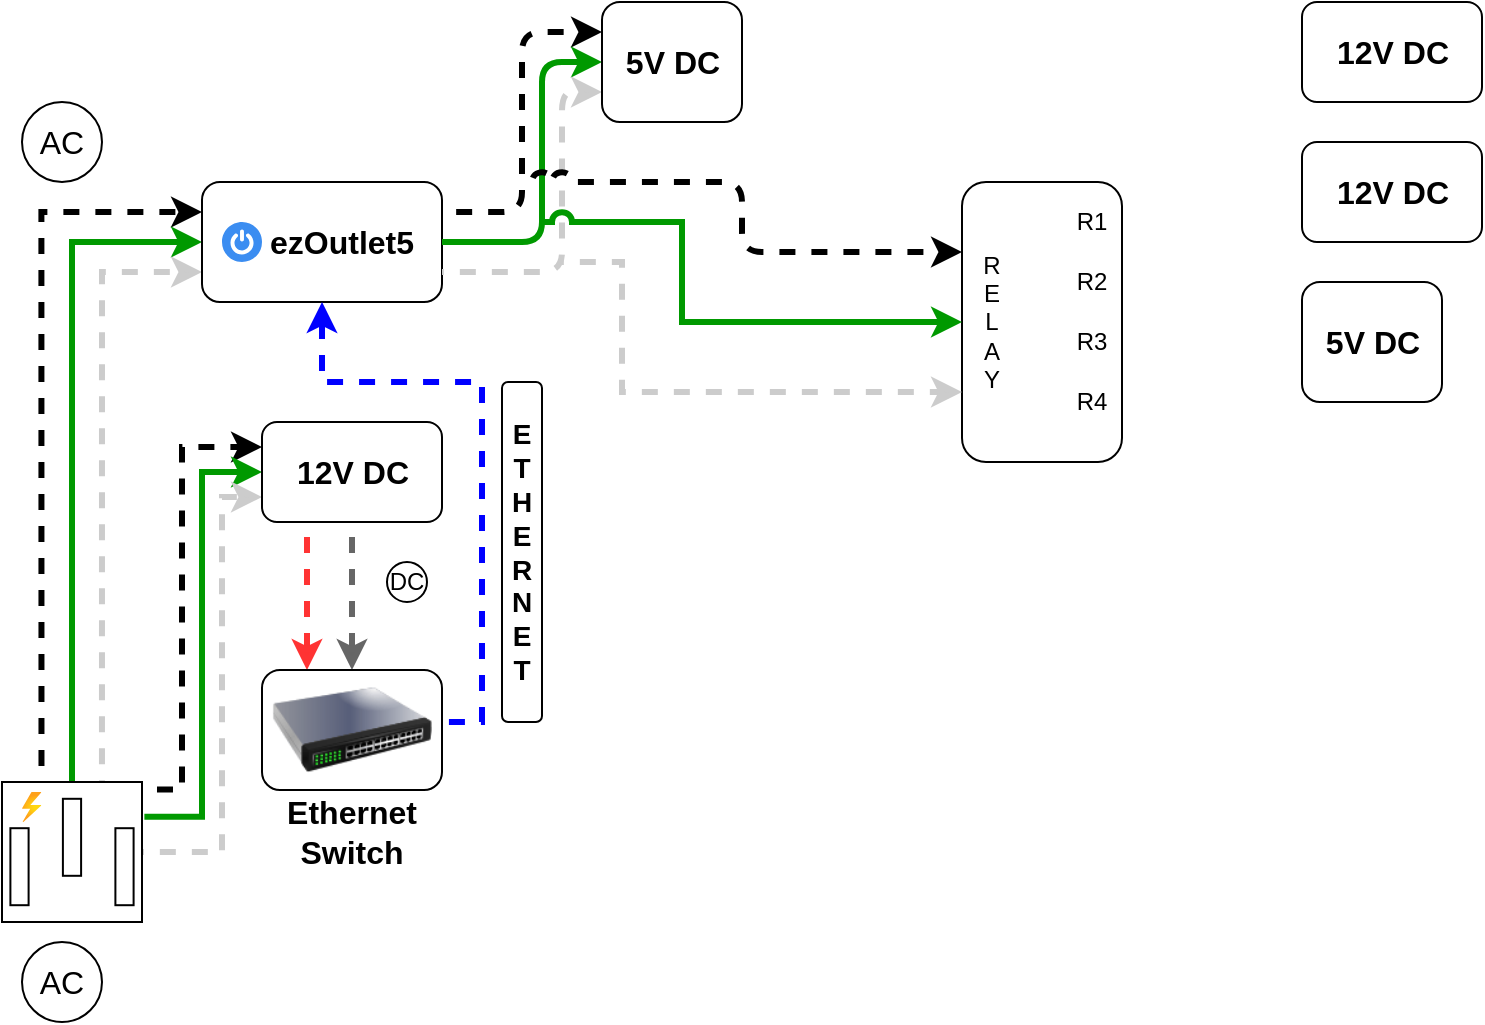
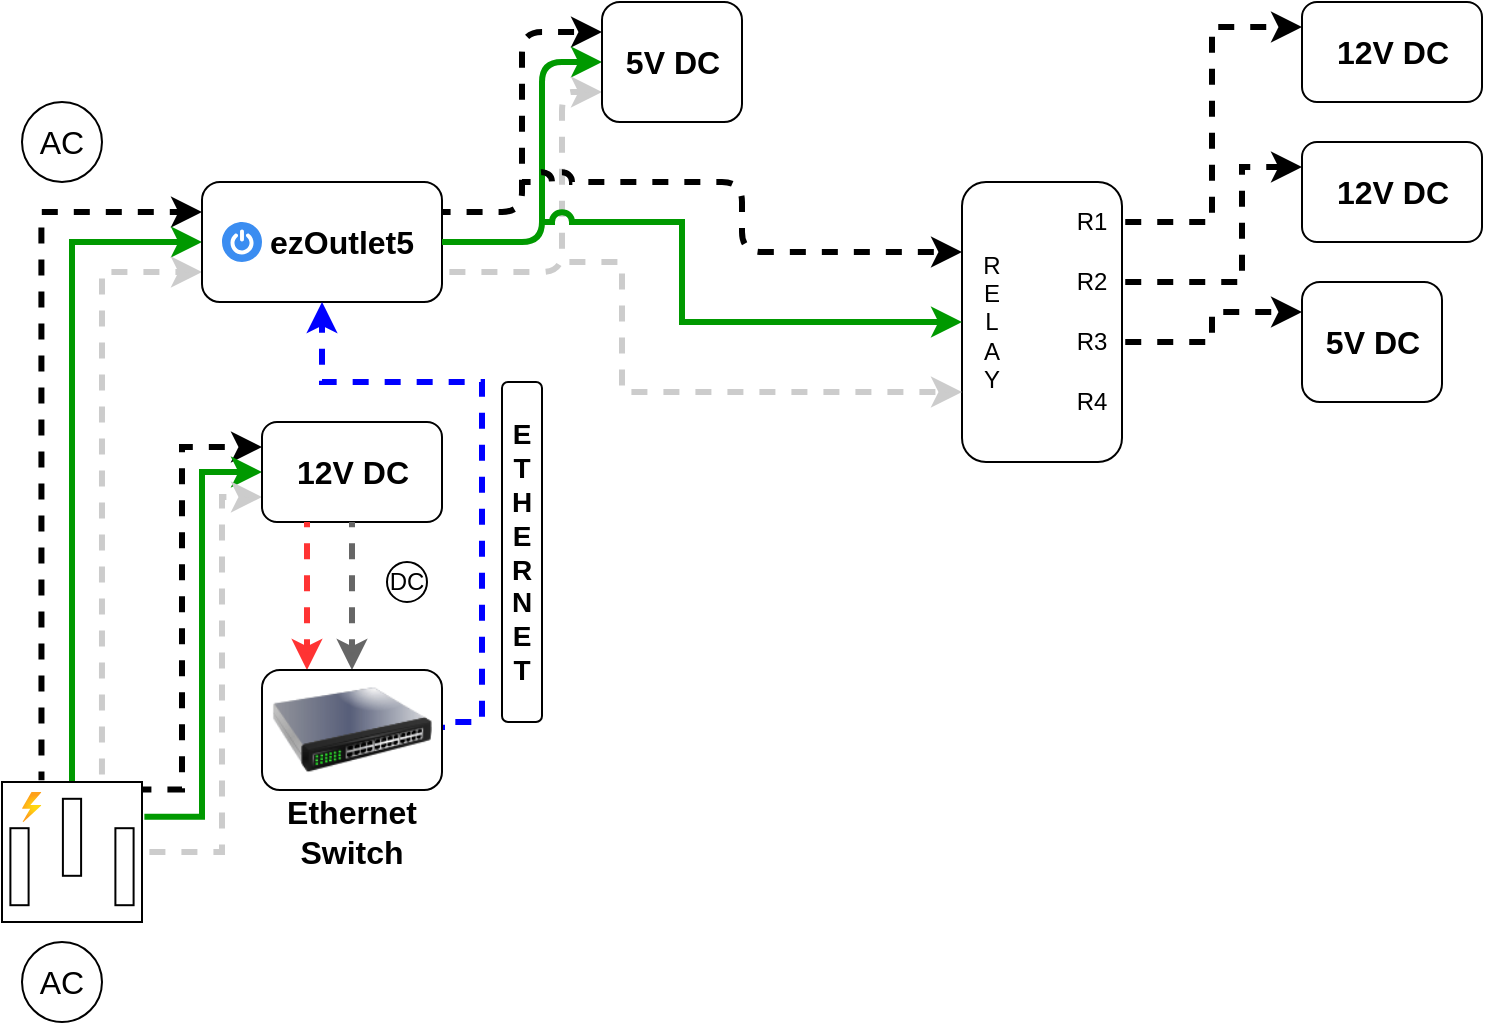
<mxfile host="app.diagrams.net" agent="Mozilla/5.0 (Windows NT 10.0; Win64; x64) AppleWebKit/537.36 (KHTML, like Gecko) Chrome/131.0.0.0 Safari/537.36 Edg/131.0.0.0" version="25.0.3">
  <diagram name="Page-1" id="VlRkN-xOVygPYa-iD9Ir">
-     <mxGraphModel dx="1050" dy="658" grid="1" gridSize="10" guides="1" tooltips="1" connect="1" arrows="1" fold="1" page="1" pageScale="1" pageWidth="1169" pageHeight="827" background="none" math="0" shadow="0">
+     <mxGraphModel dx="350" dy="219" grid="1" gridSize="10" guides="1" tooltips="1" connect="1" arrows="1" fold="1" page="1" pageScale="1" pageWidth="1169" pageHeight="827" background="none" math="0" shadow="0">
      <root>
        <mxCell id="0" />
        <mxCell id="1" parent="0" />
        <mxCell id="JVLtuT8sySUBbFbLTn6r-3" style="edgeStyle=orthogonalEdgeStyle;rounded=0;orthogonalLoop=1;jettySize=auto;html=1;entryX=0;entryY=0.25;entryDx=0;entryDy=0;exitX=0.282;exitY=-0.013;exitDx=0;exitDy=0;exitPerimeter=0;strokeWidth=3;flowAnimation=1;flowAnimationDirection=alternate;flowAnimationTimingFunction=ease-in-out;" edge="1" parent="1" source="pD8juBFKP1GN8B8eYQTb-1" target="pD8juBFKP1GN8B8eYQTb-3">
          <mxGeometry relative="1" as="geometry" />
        </mxCell>
        <mxCell id="JVLtuT8sySUBbFbLTn6r-4" style="edgeStyle=orthogonalEdgeStyle;rounded=0;orthogonalLoop=1;jettySize=auto;html=1;exitX=0.5;exitY=0;exitDx=0;exitDy=0;exitPerimeter=0;entryX=0;entryY=0.5;entryDx=0;entryDy=0;strokeColor=#009900;strokeWidth=3;" edge="1" parent="1" source="pD8juBFKP1GN8B8eYQTb-1" target="pD8juBFKP1GN8B8eYQTb-3">
          <mxGeometry relative="1" as="geometry" />
        </mxCell>
        <mxCell id="JVLtuT8sySUBbFbLTn6r-5" style="edgeStyle=orthogonalEdgeStyle;rounded=0;orthogonalLoop=1;jettySize=auto;html=1;entryX=0;entryY=0.75;entryDx=0;entryDy=0;exitX=0.714;exitY=0;exitDx=0;exitDy=0;exitPerimeter=0;strokeWidth=3;strokeColor=#CCCCCC;flowAnimation=1;flowAnimationDirection=alternate-reverse;flowAnimationTimingFunction=ease-in-out;" edge="1" parent="1" source="pD8juBFKP1GN8B8eYQTb-1" target="pD8juBFKP1GN8B8eYQTb-3">
          <mxGeometry relative="1" as="geometry">
            <mxPoint x="120" y="320" as="targetPoint" />
          </mxGeometry>
        </mxCell>
        <mxCell id="JVLtuT8sySUBbFbLTn6r-6" style="edgeStyle=orthogonalEdgeStyle;rounded=0;orthogonalLoop=1;jettySize=auto;html=1;entryX=0;entryY=0.25;entryDx=0;entryDy=0;exitX=1.006;exitY=0.054;exitDx=0;exitDy=0;exitPerimeter=0;strokeWidth=3;flowAnimation=1;flowAnimationDirection=alternate;flowAnimationTimingFunction=ease-in-out;" edge="1" parent="1" source="pD8juBFKP1GN8B8eYQTb-1" target="pD8juBFKP1GN8B8eYQTb-24">
          <mxGeometry relative="1" as="geometry">
            <Array as="points">
              <mxPoint x="120" y="404" />
              <mxPoint x="120" y="233" />
            </Array>
          </mxGeometry>
        </mxCell>
        <mxCell id="JVLtuT8sySUBbFbLTn6r-7" style="edgeStyle=orthogonalEdgeStyle;rounded=0;orthogonalLoop=1;jettySize=auto;html=1;entryX=0;entryY=0.5;entryDx=0;entryDy=0;exitX=1.017;exitY=0.249;exitDx=0;exitDy=0;exitPerimeter=0;strokeWidth=3;strokeColor=#009900;" edge="1" parent="1" source="pD8juBFKP1GN8B8eYQTb-1" target="pD8juBFKP1GN8B8eYQTb-24">
          <mxGeometry relative="1" as="geometry" />
        </mxCell>
        <mxCell id="JVLtuT8sySUBbFbLTn6r-8" style="edgeStyle=orthogonalEdgeStyle;rounded=0;orthogonalLoop=1;jettySize=auto;html=1;entryX=0;entryY=0.75;entryDx=0;entryDy=0;strokeColor=#CCCCCC;strokeWidth=3;flowAnimation=1;flowAnimationDirection=alternate-reverse;flowAnimationTimingFunction=ease-in-out;" edge="1" parent="1" source="pD8juBFKP1GN8B8eYQTb-1" target="pD8juBFKP1GN8B8eYQTb-24">
          <mxGeometry relative="1" as="geometry">
            <Array as="points">
              <mxPoint x="140" y="435" />
              <mxPoint x="140" y="258" />
            </Array>
          </mxGeometry>
        </mxCell>
        <mxCell id="JVLtuT8sySUBbFbLTn6r-1" value="" style="group" vertex="1" connectable="0" parent="1">
          <mxGeometry x="30" y="480" width="60" height="40" as="geometry" />
        </mxCell>
        <mxCell id="pD8juBFKP1GN8B8eYQTb-22" value="AC" style="text;html=1;align=center;verticalAlign=middle;whiteSpace=wrap;rounded=0;fontSize=16;" parent="JVLtuT8sySUBbFbLTn6r-1" vertex="1">
          <mxGeometry y="5" width="60" height="30" as="geometry" />
        </mxCell>
        <mxCell id="pD8juBFKP1GN8B8eYQTb-23" value="" style="ellipse;whiteSpace=wrap;html=1;fillColor=none;" parent="JVLtuT8sySUBbFbLTn6r-1" vertex="1">
          <mxGeometry x="10" width="40" height="40" as="geometry" />
        </mxCell>
        <mxCell id="JVLtuT8sySUBbFbLTn6r-2" value="" style="group" vertex="1" connectable="0" parent="1">
          <mxGeometry x="30" y="60" width="60" height="40" as="geometry" />
        </mxCell>
        <mxCell id="pD8juBFKP1GN8B8eYQTb-9" value="" style="ellipse;whiteSpace=wrap;html=1;fillColor=none;" parent="JVLtuT8sySUBbFbLTn6r-2" vertex="1">
          <mxGeometry x="10" width="40" height="40" as="geometry" />
        </mxCell>
        <mxCell id="pD8juBFKP1GN8B8eYQTb-11" value="AC" style="text;html=1;align=center;verticalAlign=middle;whiteSpace=wrap;rounded=0;fontSize=16;" parent="JVLtuT8sySUBbFbLTn6r-2" vertex="1">
          <mxGeometry y="5" width="60" height="30" as="geometry" />
        </mxCell>
        <mxCell id="JVLtuT8sySUBbFbLTn6r-9" value="" style="group" vertex="1" connectable="0" parent="1">
          <mxGeometry x="130" y="100" width="120" height="60" as="geometry" />
        </mxCell>
        <mxCell id="JVLtuT8sySUBbFbLTn6r-16" value="" style="group" vertex="1" connectable="0" parent="JVLtuT8sySUBbFbLTn6r-9">
          <mxGeometry width="120" height="60" as="geometry" />
        </mxCell>
        <mxCell id="pD8juBFKP1GN8B8eYQTb-3" value="" style="rounded=1;whiteSpace=wrap;html=1;" parent="JVLtuT8sySUBbFbLTn6r-16" vertex="1">
          <mxGeometry width="120" height="60" as="geometry" />
        </mxCell>
        <mxCell id="JVLtuT8sySUBbFbLTn6r-13" value="" style="sketch=0;html=1;aspect=fixed;strokeColor=none;shadow=0;fillColor=#3B8DF1;verticalAlign=top;labelPosition=center;verticalLabelPosition=bottom;shape=mxgraph.gcp2.a7_power" vertex="1" parent="JVLtuT8sySUBbFbLTn6r-16">
          <mxGeometry x="10" y="20" width="20" height="20" as="geometry" />
        </mxCell>
        <mxCell id="pD8juBFKP1GN8B8eYQTb-15" value="&lt;b&gt;ezOutlet5&lt;/b&gt;" style="text;html=1;align=center;verticalAlign=middle;whiteSpace=wrap;rounded=0;fontSize=16;" parent="JVLtuT8sySUBbFbLTn6r-16" vertex="1">
          <mxGeometry x="40" y="10" width="60" height="40" as="geometry" />
        </mxCell>
        <mxCell id="JVLtuT8sySUBbFbLTn6r-11" value="" style="group" vertex="1" connectable="0" parent="1">
          <mxGeometry x="160" y="220" width="90" height="50" as="geometry" />
        </mxCell>
        <mxCell id="JVLtuT8sySUBbFbLTn6r-72" value="" style="group" vertex="1" connectable="0" parent="JVLtuT8sySUBbFbLTn6r-11">
          <mxGeometry width="90" height="50" as="geometry" />
        </mxCell>
        <mxCell id="pD8juBFKP1GN8B8eYQTb-24" value="" style="rounded=1;whiteSpace=wrap;html=1;" parent="JVLtuT8sySUBbFbLTn6r-72" vertex="1">
          <mxGeometry width="90" height="50" as="geometry" />
        </mxCell>
        <mxCell id="JVLtuT8sySUBbFbLTn6r-10" value="&lt;font style=&quot;font-size: 16px;&quot;&gt;&lt;b&gt;12V DC&lt;/b&gt;&lt;/font&gt;" style="text;html=1;align=center;verticalAlign=middle;whiteSpace=wrap;rounded=0;" vertex="1" parent="JVLtuT8sySUBbFbLTn6r-72">
          <mxGeometry x="15.75" y="10" width="58.5" height="30" as="geometry" />
        </mxCell>
        <mxCell id="JVLtuT8sySUBbFbLTn6r-18" value="" style="group" vertex="1" connectable="0" parent="1">
          <mxGeometry x="30" y="400" width="70" height="70" as="geometry" />
        </mxCell>
        <mxCell id="pD8juBFKP1GN8B8eYQTb-1" value="" style="pointerEvents=1;verticalLabelPosition=bottom;shadow=0;dashed=0;align=center;html=1;verticalAlign=top;shape=mxgraph.electrical.miscellaneous.ac_out" parent="JVLtuT8sySUBbFbLTn6r-18" vertex="1">
          <mxGeometry width="70" height="70" as="geometry" />
        </mxCell>
        <mxCell id="JVLtuT8sySUBbFbLTn6r-12" value="" style="image;aspect=fixed;html=1;points=[];align=center;fontSize=12;image=img/lib/azure2/general/Power.svg;" vertex="1" parent="JVLtuT8sySUBbFbLTn6r-18">
          <mxGeometry x="10" y="5" width="9.72" height="15" as="geometry" />
        </mxCell>
        <mxCell id="JVLtuT8sySUBbFbLTn6r-23" style="edgeStyle=orthogonalEdgeStyle;rounded=0;orthogonalLoop=1;jettySize=auto;html=1;entryX=0.25;entryY=0;entryDx=0;entryDy=0;exitX=0.25;exitY=1;exitDx=0;exitDy=0;strokeColor=#FF3333;strokeWidth=3;flowAnimation=1;" edge="1" parent="1" source="pD8juBFKP1GN8B8eYQTb-24" target="JVLtuT8sySUBbFbLTn6r-19">
          <mxGeometry relative="1" as="geometry" />
        </mxCell>
        <mxCell id="JVLtuT8sySUBbFbLTn6r-28" value="" style="group" vertex="1" connectable="0" parent="1">
          <mxGeometry x="220" y="290" width="25" height="20" as="geometry" />
        </mxCell>
        <mxCell id="JVLtuT8sySUBbFbLTn6r-26" value="" style="ellipse;whiteSpace=wrap;html=1;aspect=fixed;" vertex="1" parent="JVLtuT8sySUBbFbLTn6r-28">
          <mxGeometry x="2.5" width="20" height="20" as="geometry" />
        </mxCell>
        <mxCell id="JVLtuT8sySUBbFbLTn6r-27" value="&lt;font&gt;DC&lt;/font&gt;" style="text;html=1;align=center;verticalAlign=middle;whiteSpace=wrap;rounded=0;" vertex="1" parent="JVLtuT8sySUBbFbLTn6r-28">
          <mxGeometry y="2.5" width="25" height="15" as="geometry" />
        </mxCell>
        <mxCell id="JVLtuT8sySUBbFbLTn6r-29" style="edgeStyle=orthogonalEdgeStyle;rounded=0;orthogonalLoop=1;jettySize=auto;html=1;exitX=0.5;exitY=1;exitDx=0;exitDy=0;entryX=0.5;entryY=0;entryDx=0;entryDy=0;strokeWidth=3;flowAnimation=1;strokeColor=#666666;" edge="1" parent="1" source="pD8juBFKP1GN8B8eYQTb-24" target="JVLtuT8sySUBbFbLTn6r-19">
          <mxGeometry relative="1" as="geometry" />
        </mxCell>
        <mxCell id="JVLtuT8sySUBbFbLTn6r-30" style="edgeStyle=orthogonalEdgeStyle;rounded=0;orthogonalLoop=1;jettySize=auto;html=1;exitX=1;exitY=0.5;exitDx=0;exitDy=0;entryX=0.5;entryY=1;entryDx=0;entryDy=0;strokeColor=#0000FF;strokeWidth=3;flowAnimation=1;" edge="1" parent="1" source="JVLtuT8sySUBbFbLTn6r-19" target="pD8juBFKP1GN8B8eYQTb-3">
          <mxGeometry relative="1" as="geometry">
            <Array as="points">
              <mxPoint x="270" y="370" />
              <mxPoint x="270" y="200" />
              <mxPoint x="190" y="200" />
            </Array>
          </mxGeometry>
        </mxCell>
        <mxCell id="JVLtuT8sySUBbFbLTn6r-31" value="" style="rounded=1;whiteSpace=wrap;html=1;" vertex="1" parent="1">
          <mxGeometry x="280" y="200" width="20" height="170" as="geometry" />
        </mxCell>
        <mxCell id="JVLtuT8sySUBbFbLTn6r-32" value="&lt;b&gt;&lt;font style=&quot;font-size: 14px;&quot;&gt;E&lt;/font&gt;&lt;/b&gt;&lt;div&gt;&lt;b&gt;&lt;font style=&quot;font-size: 14px;&quot;&gt;T&lt;/font&gt;&lt;/b&gt;&lt;/div&gt;&lt;div&gt;&lt;b&gt;&lt;font style=&quot;font-size: 14px;&quot;&gt;H&lt;/font&gt;&lt;/b&gt;&lt;/div&gt;&lt;div&gt;&lt;b&gt;&lt;font style=&quot;font-size: 14px;&quot;&gt;E&lt;/font&gt;&lt;/b&gt;&lt;/div&gt;&lt;div&gt;&lt;b&gt;&lt;font style=&quot;font-size: 14px;&quot;&gt;R&lt;/font&gt;&lt;/b&gt;&lt;/div&gt;&lt;div&gt;&lt;b&gt;&lt;font style=&quot;font-size: 14px;&quot;&gt;N&lt;/font&gt;&lt;/b&gt;&lt;/div&gt;&lt;div&gt;&lt;b&gt;&lt;font style=&quot;font-size: 14px;&quot;&gt;E&lt;/font&gt;&lt;/b&gt;&lt;/div&gt;&lt;div&gt;&lt;b&gt;&lt;font style=&quot;font-size: 14px;&quot;&gt;T&lt;/font&gt;&lt;/b&gt;&lt;/div&gt;" style="text;html=1;align=center;verticalAlign=middle;whiteSpace=wrap;rounded=0;" vertex="1" parent="1">
          <mxGeometry x="275" y="180" width="30" height="210" as="geometry" />
        </mxCell>
        <mxCell id="JVLtuT8sySUBbFbLTn6r-33" value="" style="rounded=1;whiteSpace=wrap;html=1;" vertex="1" parent="1">
          <mxGeometry x="510" y="100" width="80" height="140" as="geometry" />
        </mxCell>
        <mxCell id="JVLtuT8sySUBbFbLTn6r-35" style="edgeStyle=orthogonalEdgeStyle;rounded=1;orthogonalLoop=1;jettySize=auto;html=1;exitX=1;exitY=0.25;exitDx=0;exitDy=0;entryX=0;entryY=0.25;entryDx=0;entryDy=0;curved=0;strokeWidth=3;flowAnimation=1;flowAnimationDirection=alternate;flowAnimationTimingFunction=ease-in-out;" edge="1" parent="1" source="pD8juBFKP1GN8B8eYQTb-3" target="JVLtuT8sySUBbFbLTn6r-34">
          <mxGeometry relative="1" as="geometry" />
        </mxCell>
        <mxCell id="JVLtuT8sySUBbFbLTn6r-36" style="edgeStyle=orthogonalEdgeStyle;rounded=1;orthogonalLoop=1;jettySize=auto;html=1;exitX=1;exitY=0.5;exitDx=0;exitDy=0;entryX=0;entryY=0.5;entryDx=0;entryDy=0;curved=0;strokeWidth=3;strokeColor=#009900;" edge="1" parent="1" source="pD8juBFKP1GN8B8eYQTb-3" target="JVLtuT8sySUBbFbLTn6r-34">
          <mxGeometry relative="1" as="geometry">
            <Array as="points">
              <mxPoint x="300" y="130" />
              <mxPoint x="300" y="40" />
            </Array>
          </mxGeometry>
        </mxCell>
        <mxCell id="JVLtuT8sySUBbFbLTn6r-37" style="edgeStyle=orthogonalEdgeStyle;rounded=1;orthogonalLoop=1;jettySize=auto;html=1;exitX=1;exitY=0.75;exitDx=0;exitDy=0;entryX=0;entryY=0.75;entryDx=0;entryDy=0;curved=0;strokeColor=#CCCCCC;strokeWidth=3;flowAnimation=1;flowAnimationDirection=alternate-reverse;flowAnimationTimingFunction=ease-in-out;" edge="1" parent="1" source="pD8juBFKP1GN8B8eYQTb-3" target="JVLtuT8sySUBbFbLTn6r-34">
          <mxGeometry relative="1" as="geometry">
            <Array as="points">
              <mxPoint x="310" y="145" />
              <mxPoint x="310" y="55" />
            </Array>
          </mxGeometry>
        </mxCell>
        <mxCell id="JVLtuT8sySUBbFbLTn6r-40" value="" style="endArrow=classic;html=1;rounded=1;curved=0;entryX=0;entryY=0.25;entryDx=0;entryDy=0;jumpStyle=arc;strokeWidth=3;flowAnimation=1;flowAnimationDirection=alternate;flowAnimationTimingFunction=ease-in-out;" edge="1" parent="1" target="JVLtuT8sySUBbFbLTn6r-33">
          <mxGeometry width="50" height="50" relative="1" as="geometry">
            <mxPoint x="290" y="100" as="sourcePoint" />
            <mxPoint x="410" y="170" as="targetPoint" />
            <Array as="points">
              <mxPoint x="400" y="100" />
              <mxPoint x="400" y="135" />
            </Array>
          </mxGeometry>
        </mxCell>
        <mxCell id="JVLtuT8sySUBbFbLTn6r-51" value="" style="group" vertex="1" connectable="0" parent="1">
          <mxGeometry x="160" y="344" width="90" height="96" as="geometry" />
        </mxCell>
        <mxCell id="JVLtuT8sySUBbFbLTn6r-21" value="" style="group" vertex="1" connectable="0" parent="JVLtuT8sySUBbFbLTn6r-51">
          <mxGeometry width="90" height="70" as="geometry" />
        </mxCell>
        <mxCell id="JVLtuT8sySUBbFbLTn6r-50" value="" style="group" vertex="1" connectable="0" parent="JVLtuT8sySUBbFbLTn6r-21">
          <mxGeometry width="90" height="70" as="geometry" />
        </mxCell>
        <mxCell id="JVLtuT8sySUBbFbLTn6r-19" value="" style="rounded=1;whiteSpace=wrap;html=1;" vertex="1" parent="JVLtuT8sySUBbFbLTn6r-50">
          <mxGeometry width="90" height="60" as="geometry" />
        </mxCell>
        <mxCell id="JVLtuT8sySUBbFbLTn6r-49" value="" style="image;html=1;image=img/lib/clip_art/networking/Switch_128x128.png" vertex="1" parent="JVLtuT8sySUBbFbLTn6r-50">
          <mxGeometry x="5" y="-10" width="80" height="80" as="geometry" />
        </mxCell>
        <mxCell id="JVLtuT8sySUBbFbLTn6r-20" value="&lt;b&gt;&lt;font style=&quot;font-size: 16px;&quot;&gt;Ethernet&lt;/font&gt;&lt;/b&gt;&lt;div&gt;&lt;b&gt;&lt;font style=&quot;font-size: 16px;&quot;&gt;Switch&lt;/font&gt;&lt;/b&gt;&lt;/div&gt;" style="text;html=1;align=center;verticalAlign=middle;whiteSpace=wrap;rounded=0;" vertex="1" parent="JVLtuT8sySUBbFbLTn6r-51">
          <mxGeometry x="15" y="66" width="60" height="30" as="geometry" />
        </mxCell>
        <mxCell id="JVLtuT8sySUBbFbLTn6r-53" value="" style="group" vertex="1" connectable="0" parent="1">
          <mxGeometry x="330" y="10" width="70" height="60" as="geometry" />
        </mxCell>
        <mxCell id="JVLtuT8sySUBbFbLTn6r-71" value="" style="group" vertex="1" connectable="0" parent="JVLtuT8sySUBbFbLTn6r-53">
          <mxGeometry width="70" height="60" as="geometry" />
        </mxCell>
        <mxCell id="JVLtuT8sySUBbFbLTn6r-34" value="" style="rounded=1;whiteSpace=wrap;html=1;" vertex="1" parent="JVLtuT8sySUBbFbLTn6r-71">
          <mxGeometry width="70" height="60" as="geometry" />
        </mxCell>
        <mxCell id="JVLtuT8sySUBbFbLTn6r-52" value="&lt;font style=&quot;font-size: 16px;&quot;&gt;&lt;b&gt;5&lt;/b&gt;&lt;/font&gt;&lt;b style=&quot;font-size: 16px; background-color: initial;&quot;&gt;V DC&lt;/b&gt;" style="text;html=1;align=center;verticalAlign=middle;whiteSpace=wrap;rounded=0;" vertex="1" parent="JVLtuT8sySUBbFbLTn6r-71">
          <mxGeometry x="5.75" y="15" width="58.5" height="30" as="geometry" />
        </mxCell>
        <mxCell id="JVLtuT8sySUBbFbLTn6r-54" value="" style="endArrow=classic;html=1;rounded=0;entryX=0;entryY=0.5;entryDx=0;entryDy=0;jumpStyle=arc;strokeColor=#009900;strokeWidth=3;" edge="1" parent="1" target="JVLtuT8sySUBbFbLTn6r-33">
          <mxGeometry width="50" height="50" relative="1" as="geometry">
            <mxPoint x="300" y="120" as="sourcePoint" />
            <mxPoint x="350" y="80" as="targetPoint" />
            <Array as="points">
              <mxPoint x="370" y="120" />
              <mxPoint x="370" y="170" />
            </Array>
          </mxGeometry>
        </mxCell>
        <mxCell id="JVLtuT8sySUBbFbLTn6r-55" value="" style="endArrow=classic;html=1;rounded=0;entryX=0;entryY=0.75;entryDx=0;entryDy=0;strokeColor=#CCCCCC;strokeWidth=3;jumpStyle=arc;flowAnimation=1;flowAnimationDirection=alternate-reverse;flowAnimationTimingFunction=ease-in-out;" edge="1" parent="1" target="JVLtuT8sySUBbFbLTn6r-33">
          <mxGeometry width="50" height="50" relative="1" as="geometry">
            <mxPoint x="310" y="140" as="sourcePoint" />
            <mxPoint x="350" y="140" as="targetPoint" />
            <Array as="points">
              <mxPoint x="340" y="140" />
              <mxPoint x="340" y="205" />
            </Array>
          </mxGeometry>
        </mxCell>
        <mxCell id="JVLtuT8sySUBbFbLTn6r-56" value="R&lt;div&gt;E&lt;/div&gt;&lt;div&gt;L&lt;/div&gt;&lt;div&gt;A&lt;/div&gt;&lt;div&gt;Y&lt;/div&gt;" style="text;html=1;align=center;verticalAlign=middle;whiteSpace=wrap;rounded=0;" vertex="1" parent="1">
          <mxGeometry x="510" y="135" width="30" height="70" as="geometry" />
        </mxCell>
+         <mxCell id="JVLtuT8sySUBbFbLTn6r-79" style="edgeStyle=orthogonalEdgeStyle;rounded=0;orthogonalLoop=1;jettySize=auto;html=1;exitX=1;exitY=0.5;exitDx=0;exitDy=0;entryX=0;entryY=0.25;entryDx=0;entryDy=0;strokeWidth=3;flowAnimation=1;flowAnimationDirection=alternate;flowAnimationTimingFunction=ease-in-out;flowAnimationDuration=1500;" edge="1" parent="1" source="JVLtuT8sySUBbFbLTn6r-57" target="JVLtuT8sySUBbFbLTn6r-74">
+           <mxGeometry relative="1" as="geometry" />
+         </mxCell>
        <mxCell id="JVLtuT8sySUBbFbLTn6r-57" value="R1" style="text;html=1;align=center;verticalAlign=middle;whiteSpace=wrap;rounded=0;" vertex="1" parent="1">
          <mxGeometry x="560" y="105" width="30" height="30" as="geometry" />
        </mxCell>
+         <mxCell id="JVLtuT8sySUBbFbLTn6r-80" style="edgeStyle=orthogonalEdgeStyle;rounded=0;orthogonalLoop=1;jettySize=auto;html=1;exitX=1;exitY=0.5;exitDx=0;exitDy=0;entryX=0;entryY=0.25;entryDx=0;entryDy=0;strokeWidth=3;flowAnimation=1;flowAnimationDirection=alternate;flowAnimationTimingFunction=ease-in-out;flowAnimationDuration=1500;" edge="1" parent="1" source="JVLtuT8sySUBbFbLTn6r-58" target="JVLtuT8sySUBbFbLTn6r-77">
+           <mxGeometry relative="1" as="geometry">
+             <Array as="points">
+               <mxPoint x="650" y="150" />
+               <mxPoint x="650" y="93" />
+             </Array>
+           </mxGeometry>
+         </mxCell>
        <mxCell id="JVLtuT8sySUBbFbLTn6r-58" value="R2" style="text;html=1;align=center;verticalAlign=middle;whiteSpace=wrap;rounded=0;" vertex="1" parent="1">
          <mxGeometry x="560" y="135" width="30" height="30" as="geometry" />
+         </mxCell>
+         <mxCell id="JVLtuT8sySUBbFbLTn6r-81" style="edgeStyle=orthogonalEdgeStyle;rounded=0;orthogonalLoop=1;jettySize=auto;html=1;exitX=1;exitY=0.5;exitDx=0;exitDy=0;entryX=0;entryY=0.25;entryDx=0;entryDy=0;strokeWidth=3;flowAnimation=1;flowAnimationDirection=alternate;flowAnimationTimingFunction=ease-in-out;flowAnimationDuration=1500;" edge="1" parent="1" source="JVLtuT8sySUBbFbLTn6r-59" target="JVLtuT8sySUBbFbLTn6r-63">
+           <mxGeometry relative="1" as="geometry" />
        </mxCell>
        <mxCell id="JVLtuT8sySUBbFbLTn6r-59" value="R3" style="text;html=1;align=center;verticalAlign=middle;whiteSpace=wrap;rounded=0;" vertex="1" parent="1">
          <mxGeometry x="560" y="165" width="30" height="30" as="geometry" />
        </mxCell>
        <mxCell id="JVLtuT8sySUBbFbLTn6r-60" value="R4" style="text;html=1;align=center;verticalAlign=middle;whiteSpace=wrap;rounded=0;" vertex="1" parent="1">
          <mxGeometry x="560" y="195" width="30" height="30" as="geometry" />
        </mxCell>
        <mxCell id="JVLtuT8sySUBbFbLTn6r-67" value="" style="group" vertex="1" connectable="0" parent="1">
          <mxGeometry x="680" y="150" width="70" height="60" as="geometry" />
        </mxCell>
        <mxCell id="JVLtuT8sySUBbFbLTn6r-63" value="" style="rounded=1;whiteSpace=wrap;html=1;" vertex="1" parent="JVLtuT8sySUBbFbLTn6r-67">
          <mxGeometry width="70" height="60" as="geometry" />
        </mxCell>
        <mxCell id="JVLtuT8sySUBbFbLTn6r-62" value="" style="group" vertex="1" connectable="0" parent="JVLtuT8sySUBbFbLTn6r-67">
          <mxGeometry width="70" height="60" as="geometry" />
        </mxCell>
        <mxCell id="JVLtuT8sySUBbFbLTn6r-64" value="&lt;font style=&quot;font-size: 16px;&quot;&gt;&lt;b&gt;5&lt;/b&gt;&lt;/font&gt;&lt;b style=&quot;font-size: 16px; background-color: initial;&quot;&gt;V DC&lt;/b&gt;" style="text;html=1;align=center;verticalAlign=middle;whiteSpace=wrap;rounded=0;" vertex="1" parent="JVLtuT8sySUBbFbLTn6r-62">
          <mxGeometry x="5.75" y="15" width="58.5" height="30" as="geometry" />
        </mxCell>
        <mxCell id="JVLtuT8sySUBbFbLTn6r-73" value="" style="group" vertex="1" connectable="0" parent="1">
          <mxGeometry x="680" y="10" width="90" height="50" as="geometry" />
        </mxCell>
        <mxCell id="JVLtuT8sySUBbFbLTn6r-74" value="" style="rounded=1;whiteSpace=wrap;html=1;" vertex="1" parent="JVLtuT8sySUBbFbLTn6r-73">
          <mxGeometry width="90" height="50" as="geometry" />
        </mxCell>
        <mxCell id="JVLtuT8sySUBbFbLTn6r-75" value="&lt;font style=&quot;font-size: 16px;&quot;&gt;&lt;b&gt;12V DC&lt;/b&gt;&lt;/font&gt;" style="text;html=1;align=center;verticalAlign=middle;whiteSpace=wrap;rounded=0;" vertex="1" parent="JVLtuT8sySUBbFbLTn6r-73">
          <mxGeometry x="15.75" y="10" width="58.5" height="30" as="geometry" />
        </mxCell>
        <mxCell id="JVLtuT8sySUBbFbLTn6r-76" value="" style="group" vertex="1" connectable="0" parent="1">
          <mxGeometry x="680" y="80" width="90" height="50" as="geometry" />
        </mxCell>
        <mxCell id="JVLtuT8sySUBbFbLTn6r-77" value="" style="rounded=1;whiteSpace=wrap;html=1;" vertex="1" parent="JVLtuT8sySUBbFbLTn6r-76">
          <mxGeometry width="90" height="50" as="geometry" />
        </mxCell>
        <mxCell id="JVLtuT8sySUBbFbLTn6r-78" value="&lt;font style=&quot;font-size: 16px;&quot;&gt;&lt;b&gt;12V DC&lt;/b&gt;&lt;/font&gt;" style="text;html=1;align=center;verticalAlign=middle;whiteSpace=wrap;rounded=0;" vertex="1" parent="JVLtuT8sySUBbFbLTn6r-76">
          <mxGeometry x="15.75" y="10" width="58.5" height="30" as="geometry" />
        </mxCell>
      </root>
    </mxGraphModel>
  </diagram>
</mxfile>
